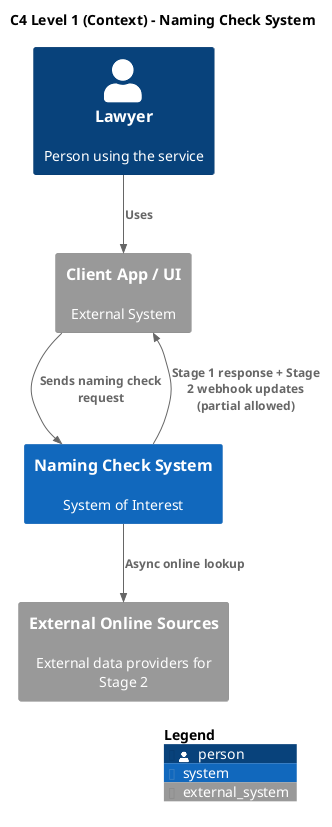
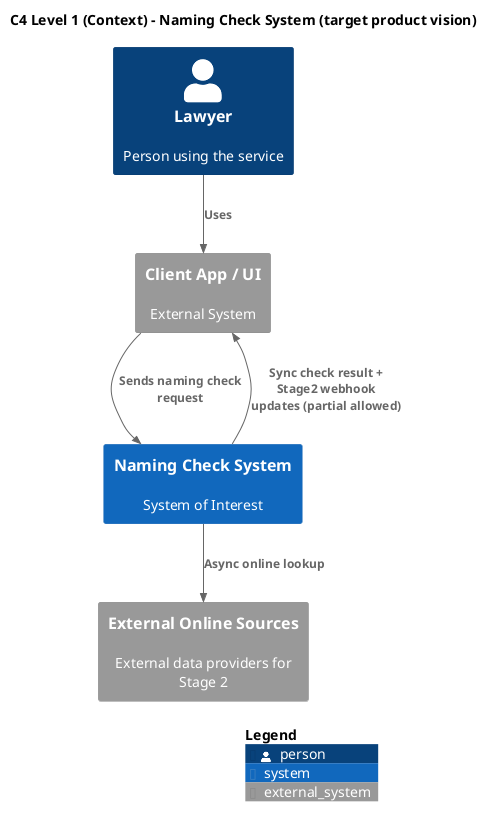
@startuml NamingCheck_C4_Context
- title C4 Level 1 (Context) - Naming Check System
+ title C4 Level 1 (Context) - Naming Check System (target product vision)

!include <C4/C4_Context>

LAYOUT_TOP_DOWN()

Person(lawyer, "Lawyer", "Person using the service")
System(naming_system, "Naming Check System", "System of Interest")

System_Ext(client_ui, "Client App / UI", "External System")
System_Ext(external_sources, "External Online Sources", "External data providers for Stage 2")

Rel_Down(lawyer, client_ui, "Uses")
Rel_Down(client_ui, naming_system, "Sends naming check request")
Rel_Down(naming_system, external_sources, "Async online lookup")
- Rel_Up(naming_system, client_ui, "Stage 1 response + Stage 2 webhook updates (partial allowed)")
+ Rel_Up(naming_system, client_ui, "Sync check result + Stage2 webhook updates (partial allowed)")

SHOW_LEGEND()

@enduml
